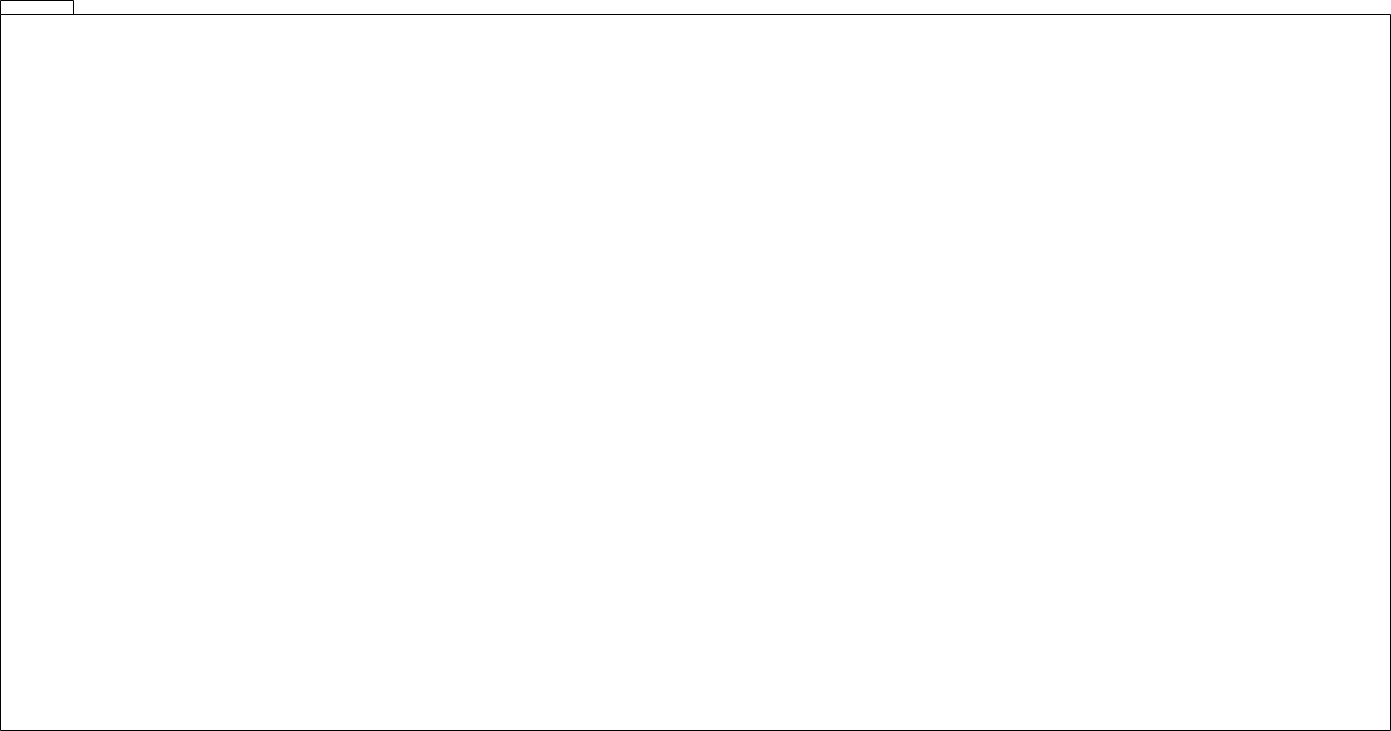
eduvaillant/editora-celeste keeps this draw.io diagram as documentos/EC-ModeloConceitual.png. Above is the earlier version. Source tidied: cells renumbered, new cells last; positions are measured from the earlier drawing's top-left corner, leaving out a move shared by most shapes.
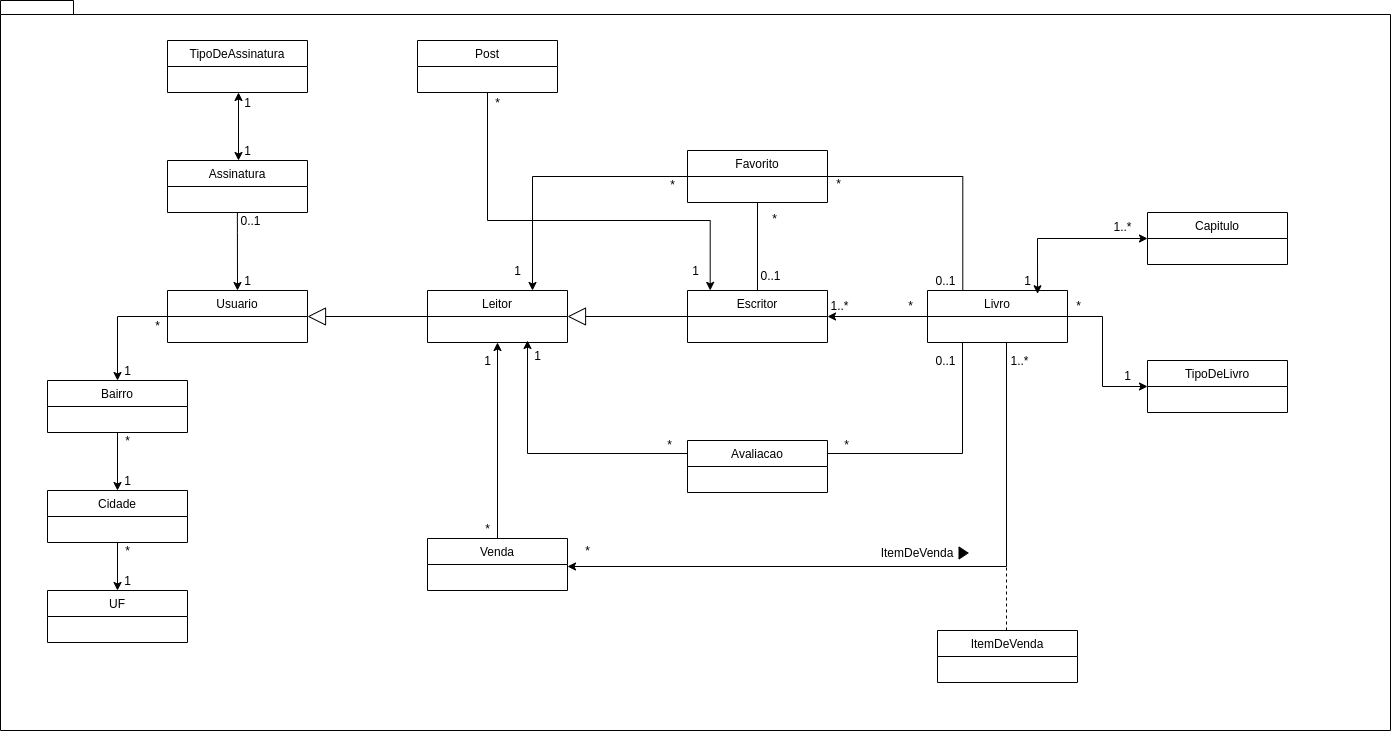
After the change.

Commit message:
atualizando o modelo conceitual

Diff of the diagram source:
```diff
@@ -5,5 +5,250 @@
     <mxCell id="2" style="shape=folder;fontStyle=1;spacingTop=10;tabWidth=40;tabHeight=14;tabPosition=left;html=1;" parent="1" vertex="1">
       <mxGeometry width="1390" height="730" as="geometry" />
     </mxCell>
+    <mxCell id="3" style="edgeStyle=orthogonalEdgeStyle;rounded=0;jettySize=auto;html=1;exitX=0;exitY=0.5;exitDx=0;exitDy=0;" parent="1" edge="1" source="4" target="9">
+      <mxGeometry relative="1" as="geometry" />
+    </mxCell>
+    <mxCell id="4" value="Usuario" style="swimlane;fontStyle=0;horizontal=1;startSize=26;fillColor=none;" parent="1" vertex="1">
+      <mxGeometry x="167" y="290" width="140" height="52" as="geometry" />
+    </mxCell>
+    <mxCell id="5" value="Leitor" style="swimlane;fontStyle=0;horizontal=1;startSize=26;fillColor=none;" parent="1" vertex="1">
+      <mxGeometry x="427" y="290" width="140" height="52" as="geometry" />
+    </mxCell>
+    <mxCell id="6" style="edgeStyle=orthogonalEdgeStyle;rounded=0;jettySize=auto;html=1;entryX=0.5;entryY=1;entryDx=0;entryDy=0;endArrow=none;endFill=0;startArrow=classic;startFill=1;exitX=0.162;exitY=-0.002;exitDx=0;exitDy=0;exitPerimeter=0;" parent="1" edge="1" source="7" target="65">
+      <mxGeometry relative="1" as="geometry">
+        <Array as="points">
+          <mxPoint x="710" y="220" />
+          <mxPoint x="487" y="220" />
+        </Array>
+      </mxGeometry>
+    </mxCell>
+    <mxCell id="7" value="Escritor" style="swimlane;fontStyle=0;horizontal=1;startSize=26;fillColor=none;" parent="1" vertex="1">
+      <mxGeometry x="687" y="290" width="140" height="52" as="geometry" />
+    </mxCell>
+    <mxCell id="8" style="edgeStyle=orthogonalEdgeStyle;rounded=0;jettySize=auto;html=1;exitX=0.5;exitY=1;exitDx=0;exitDy=0;entryX=0.5;entryY=0;entryDx=0;entryDy=0;" parent="1" edge="1" source="9" target="11">
+      <mxGeometry relative="1" as="geometry" />
+    </mxCell>
+    <mxCell id="9" value="Bairro" style="swimlane;fontStyle=0;horizontal=1;startSize=26;fillColor=none;" parent="1" vertex="1">
+      <mxGeometry x="47" y="380" width="140" height="52" as="geometry" />
+    </mxCell>
+    <mxCell id="10" style="edgeStyle=orthogonalEdgeStyle;rounded=0;jettySize=auto;html=1;exitX=0.5;exitY=1;exitDx=0;exitDy=0;entryX=0.5;entryY=0;entryDx=0;entryDy=0;" parent="1" edge="1" source="11" target="12">
+      <mxGeometry relative="1" as="geometry" />
+    </mxCell>
+    <mxCell id="11" value="Cidade" style="swimlane;fontStyle=0;horizontal=1;startSize=26;fillColor=none;" parent="1" vertex="1">
+      <mxGeometry x="47" y="490" width="140" height="52" as="geometry" />
+    </mxCell>
+    <mxCell id="12" value="UF" style="swimlane;fontStyle=0;horizontal=1;startSize=26;fillColor=none;" parent="1" vertex="1">
+      <mxGeometry x="47" y="590" width="140" height="52" as="geometry" />
+    </mxCell>
+    <mxCell id="13" value="*" style="text;html=1;align=center;verticalAlign=middle;strokeColor=none;" parent="1" vertex="1">
+      <mxGeometry x="147" y="315" width="20" height="20" as="geometry" />
+    </mxCell>
+    <mxCell id="14" value="1" style="text;html=1;align=center;verticalAlign=middle;strokeColor=none;" parent="1" vertex="1">
+      <mxGeometry x="117" y="360" width="20" height="20" as="geometry" />
+    </mxCell>
+    <mxCell id="15" value="*" style="text;html=1;align=center;verticalAlign=middle;strokeColor=none;" parent="1" vertex="1">
+      <mxGeometry x="117" y="430" width="20" height="20" as="geometry" />
+    </mxCell>
+    <mxCell id="16" value="1" style="text;html=1;align=center;verticalAlign=middle;strokeColor=none;" parent="1" vertex="1">
+      <mxGeometry x="117" y="470" width="20" height="20" as="geometry" />
+    </mxCell>
+    <mxCell id="17" value="*" style="text;html=1;align=center;verticalAlign=middle;strokeColor=none;" parent="1" vertex="1">
+      <mxGeometry x="117" y="540" width="20" height="20" as="geometry" />
+    </mxCell>
+    <mxCell id="18" value="1" style="text;html=1;align=center;verticalAlign=middle;strokeColor=none;" parent="1" vertex="1">
+      <mxGeometry x="117" y="570" width="20" height="20" as="geometry" />
+    </mxCell>
+    <mxCell id="19" value="Assinatura" style="swimlane;fontStyle=0;horizontal=1;startSize=26;fillColor=none;" parent="1" vertex="1">
+      <mxGeometry x="167" y="160" width="140" height="52" as="geometry" />
+    </mxCell>
+    <mxCell id="20" value="TipoDeAssinatura" style="swimlane;fontStyle=0;horizontal=1;startSize=26;fillColor=none;" parent="1" vertex="1">
+      <mxGeometry x="167" y="40" width="140" height="52" as="geometry" />
+    </mxCell>
+    <mxCell id="21" value="1" style="text;html=1;align=center;verticalAlign=middle;strokeColor=none;" parent="1" vertex="1">
+      <mxGeometry x="237" y="92" width="20" height="20" as="geometry" />
+    </mxCell>
+    <mxCell id="22" value="1" style="text;html=1;align=center;verticalAlign=middle;strokeColor=none;" parent="1" vertex="1">
+      <mxGeometry x="237" y="140" width="20" height="20" as="geometry" />
+    </mxCell>
+    <mxCell id="23" value="1" style="text;html=1;align=center;verticalAlign=middle;strokeColor=none;" parent="1" vertex="1">
+      <mxGeometry x="237" y="270" width="20" height="20" as="geometry" />
+    </mxCell>
+    <mxCell id="24" value="0..1" style="text;html=1;align=center;verticalAlign=middle;strokeColor=none;" parent="1" vertex="1">
+      <mxGeometry x="230" y="210" width="40" height="20" as="geometry" />
+    </mxCell>
+    <mxCell id="25" style="endArrow=block;endSize=16;endFill=0;html=1;entryX=1;entryY=0.5;entryDx=0;entryDy=0;exitX=0;exitY=0.5;exitDx=0;exitDy=0;" parent="1" edge="1" source="5" target="4">
+      <mxGeometry relative="1" as="geometry" />
+    </mxCell>
+    <mxCell id="26" style="endArrow=block;endSize=16;endFill=0;html=1;entryX=1;entryY=0.5;entryDx=0;entryDy=0;exitX=0;exitY=0.5;exitDx=0;exitDy=0;" parent="1" edge="1" source="7" target="5">
+      <mxGeometry relative="1" as="geometry" />
+    </mxCell>
+    <mxCell id="27" style="edgeStyle=none;rounded=0;jettySize=auto;html=1;entryX=0.75;entryY=0;entryDx=0;entryDy=0;exitX=0;exitY=0.5;exitDx=0;exitDy=0;" parent="1" edge="1" source="29" target="5">
+      <mxGeometry relative="1" as="geometry">
+        <Array as="points">
+          <mxPoint x="532" y="176" />
+        </Array>
+      </mxGeometry>
+    </mxCell>
+    <mxCell id="28" style="edgeStyle=orthogonalEdgeStyle;jettySize=auto;html=1;exitX=1;exitY=0.5;exitDx=0;exitDy=0;entryX=0.252;entryY=0.002;entryDx=0;entryDy=0;entryPerimeter=0;strokeColor=#000000;rounded=0;startArrow=none;startFill=0;endArrow=none;endFill=0;" parent="1" edge="1" source="29" target="40">
+      <mxGeometry relative="1" as="geometry" />
+    </mxCell>
+    <mxCell id="29" value="Favorito" style="swimlane;fontStyle=0;horizontal=1;startSize=26;fillColor=none;" parent="1" vertex="1">
+      <mxGeometry x="687" y="150" width="140" height="52" as="geometry" />
+    </mxCell>
+    <mxCell id="30" value="*" style="text;html=1;align=center;verticalAlign=middle;strokeColor=none;" parent="1" vertex="1">
+      <mxGeometry x="662" y="174" width="20" height="20" as="geometry" />
+    </mxCell>
+    <mxCell id="31" value="1" style="text;html=1;align=center;verticalAlign=middle;strokeColor=none;" parent="1" vertex="1">
+      <mxGeometry x="507" y="260" width="20" height="20" as="geometry" />
+    </mxCell>
+    <mxCell id="32" style="endArrow=none;html=1;entryX=0.5;entryY=1;entryDx=0;entryDy=0;exitX=0.5;exitY=0;exitDx=0;exitDy=0;" parent="1" edge="1" source="7" target="29">
+      <mxGeometry relative="1" as="geometry" />
+    </mxCell>
+    <mxCell id="33" value="0..1" style="text;html=1;align=center;verticalAlign=middle;strokeColor=none;" parent="1" vertex="1">
+      <mxGeometry x="750" y="265" width="40" height="20" as="geometry" />
+    </mxCell>
+    <mxCell id="34" value="*" style="text;html=1;align=center;verticalAlign=middle;strokeColor=none;" parent="1" vertex="1">
+      <mxGeometry x="764" y="208" width="20" height="20" as="geometry" />
+    </mxCell>
+    <mxCell id="35" style="edgeStyle=orthogonalEdgeStyle;rounded=0;jettySize=auto;html=1;exitX=1;exitY=0.25;exitDx=0;exitDy=0;entryX=0.25;entryY=1;entryDx=0;entryDy=0;endArrow=none;endFill=0;" parent="1" edge="1" source="37" target="40">
+      <mxGeometry relative="1" as="geometry" />
+    </mxCell>
+    <mxCell id="36" style="edgeStyle=none;rounded=0;jettySize=auto;html=1;exitX=0;exitY=0.25;exitDx=0;exitDy=0;" parent="1" edge="1" source="37">
+      <mxGeometry relative="1" as="geometry">
+        <mxPoint x="527" y="340" as="targetPoint" />
+        <Array as="points">
+          <mxPoint x="527" y="453" />
+        </Array>
+      </mxGeometry>
+    </mxCell>
+    <mxCell id="37" value="Avaliacao" style="swimlane;fontStyle=0;horizontal=1;startSize=26;fillColor=none;" parent="1" vertex="1">
+      <mxGeometry x="687" y="440" width="140" height="52" as="geometry" />
+    </mxCell>
+    <mxCell id="38" style="edgeStyle=orthogonalEdgeStyle;rounded=0;jettySize=auto;html=1;exitX=1;exitY=0.5;exitDx=0;exitDy=0;entryX=0;entryY=0.5;entryDx=0;entryDy=0;" parent="1" edge="1" source="40" target="42">
+      <mxGeometry relative="1" as="geometry">
+        <Array as="points">
+          <mxPoint x="1102" y="316" />
+          <mxPoint x="1102" y="386" />
+        </Array>
+      </mxGeometry>
+    </mxCell>
+    <mxCell id="39" style="edgeStyle=none;rounded=0;jettySize=auto;html=1;entryX=1;entryY=0.5;entryDx=0;entryDy=0;" parent="1" edge="1" source="40" target="7">
+      <mxGeometry relative="1" as="geometry" />
+    </mxCell>
+    <mxCell id="40" value="Livro" style="swimlane;fontStyle=0;horizontal=1;startSize=26;fillColor=none;" parent="1" vertex="1">
+      <mxGeometry x="927" y="290" width="140" height="52" as="geometry" />
+    </mxCell>
+    <mxCell id="41" value="Capitulo" style="swimlane;fontStyle=0;horizontal=1;startSize=26;fillColor=none;" parent="1" vertex="1">
+      <mxGeometry x="1147" y="212" width="140" height="52" as="geometry" />
+    </mxCell>
+    <mxCell id="42" value="TipoDeLivro" style="swimlane;fontStyle=0;horizontal=1;startSize=26;fillColor=none;" parent="1" vertex="1">
+      <mxGeometry x="1147" y="360" width="140" height="52" as="geometry" />
+    </mxCell>
+    <mxCell id="43" style="edgeStyle=orthogonalEdgeStyle;rounded=0;jettySize=auto;html=1;exitX=0.5;exitY=0;exitDx=0;exitDy=0;entryX=0.5;entryY=1;entryDx=0;entryDy=0;" parent="1" edge="1" source="45" target="5">
+      <mxGeometry relative="1" as="geometry" />
+    </mxCell>
+    <mxCell id="44" style="edgeStyle=orthogonalEdgeStyle;rounded=0;orthogonalLoop=1;jettySize=auto;html=1;exitX=1;exitY=0.5;exitDx=0;exitDy=0;startArrow=classic;startFill=1;endArrow=none;endFill=0;" parent="1" edge="1">
+      <mxGeometry relative="1" as="geometry">
+        <mxPoint x="567" y="566" as="sourcePoint" />
+        <mxPoint x="1006" y="342" as="targetPoint" />
+      </mxGeometry>
+    </mxCell>
+    <mxCell id="45" value="Venda" style="swimlane;fontStyle=0;horizontal=1;startSize=26;fillColor=none;" parent="1" vertex="1">
+      <mxGeometry x="427" y="538" width="140" height="52" as="geometry" />
+    </mxCell>
+    <mxCell id="46" value="*" style="text;html=1;align=center;verticalAlign=middle;strokeColor=none;" parent="1" vertex="1">
+      <mxGeometry x="828" y="173" width="20" height="20" as="geometry" />
+    </mxCell>
+    <mxCell id="47" value="0..1" style="text;html=1;align=center;verticalAlign=middle;strokeColor=none;" parent="1" vertex="1">
+      <mxGeometry x="925" y="270" width="40" height="20" as="geometry" />
+    </mxCell>
+    <mxCell id="48" value="1" style="text;html=1;align=center;verticalAlign=middle;strokeColor=none;" parent="1" vertex="1">
+      <mxGeometry x="477" y="350" width="20" height="20" as="geometry" />
+    </mxCell>
+    <mxCell id="49" value="*" style="text;html=1;align=center;verticalAlign=middle;strokeColor=none;" parent="1" vertex="1">
+      <mxGeometry x="477" y="518" width="20" height="20" as="geometry" />
+    </mxCell>
+    <mxCell id="50" value="1" style="text;html=1;align=center;verticalAlign=middle;strokeColor=none;" parent="1" vertex="1">
+      <mxGeometry x="527" y="345" width="20" height="20" as="geometry" />
+    </mxCell>
+    <mxCell id="51" value="*" style="text;html=1;align=center;verticalAlign=middle;strokeColor=none;" parent="1" vertex="1">
+      <mxGeometry x="659" y="434" width="20" height="20" as="geometry" />
+    </mxCell>
+    <mxCell id="52" value="*" style="text;html=1;align=center;verticalAlign=middle;strokeColor=none;" parent="1" vertex="1">
+      <mxGeometry x="836" y="434" width="20" height="20" as="geometry" />
+    </mxCell>
+    <mxCell id="53" value="0..1" style="text;html=1;align=center;verticalAlign=middle;strokeColor=none;" parent="1" vertex="1">
+      <mxGeometry x="925" y="350" width="40" height="20" as="geometry" />
+    </mxCell>
+    <mxCell id="54" value="1..*" style="text;html=1;align=center;verticalAlign=middle;strokeColor=none;" parent="1" vertex="1">
+      <mxGeometry x="1004" y="350" width="30" height="20" as="geometry" />
+    </mxCell>
+    <mxCell id="55" value="*" style="text;html=1;align=center;verticalAlign=middle;strokeColor=none;" parent="1" vertex="1">
+      <mxGeometry x="577" y="540" width="20" height="20" as="geometry" />
+    </mxCell>
+    <mxCell id="56" value="1" style="text;html=1;align=center;verticalAlign=middle;points=[];strokeColor=none;" parent="1" vertex="1">
+      <mxGeometry x="1017" y="270" width="20" height="20" as="geometry" />
+    </mxCell>
+    <mxCell id="57" value="1..*" style="text;html=1;align=center;verticalAlign=middle;strokeColor=none;" parent="1" vertex="1">
+      <mxGeometry x="1107" y="216" width="30" height="20" as="geometry" />
+    </mxCell>
+    <mxCell id="58" value="*" style="text;html=1;align=center;verticalAlign=middle;strokeColor=none;" parent="1" vertex="1">
+      <mxGeometry x="1068" y="295" width="20" height="20" as="geometry" />
+    </mxCell>
+    <mxCell id="59" value="1" style="text;html=1;align=center;verticalAlign=middle;strokeColor=none;" parent="1" vertex="1">
+      <mxGeometry x="1117" y="365" width="20" height="20" as="geometry" />
+    </mxCell>
+    <mxCell id="60" style="endArrow=classic;startArrow=classic;html=1;exitX=1.002;exitY=1.164;exitDx=0;exitDy=0;exitPerimeter=0;entryX=0;entryY=0.5;entryDx=0;entryDy=0;rounded=0;" parent="1" edge="1" source="56" target="41">
+      <mxGeometry relative="1" as="geometry">
+        <Array as="points">
+          <mxPoint x="1037" y="238" />
+        </Array>
+      </mxGeometry>
+    </mxCell>
+    <mxCell id="61" value="1..*" style="text;html=1;align=center;verticalAlign=middle;strokeColor=none;" parent="1" vertex="1">
+      <mxGeometry x="824" y="295" width="30" height="20" as="geometry" />
+    </mxCell>
+    <mxCell id="62" value="*" style="text;html=1;align=center;verticalAlign=middle;strokeColor=none;" parent="1" vertex="1">
+      <mxGeometry x="900" y="295" width="20" height="20" as="geometry" />
+    </mxCell>
+    <mxCell id="63" style="endArrow=none;startArrow=classic;html=1;startFill=1;endFill=0;" parent="1" edge="1">
+      <mxGeometry relative="1" as="geometry">
+        <mxPoint x="237" y="290" as="sourcePoint" />
+        <mxPoint x="236.9" y="212" as="targetPoint" />
+        <Array as="points">
+          <mxPoint x="236.9" y="222" />
+        </Array>
+      </mxGeometry>
+    </mxCell>
+    <mxCell id="64" style="endArrow=classic;startArrow=classic;html=1;entryX=0.5;entryY=1;entryDx=0;entryDy=0;exitX=0.5;exitY=0;exitDx=0;exitDy=0;" parent="1" edge="1">
+      <mxGeometry relative="1" as="geometry">
+        <mxPoint x="238" y="160" as="sourcePoint" />
+        <mxPoint x="238" y="92" as="targetPoint" />
+      </mxGeometry>
+    </mxCell>
+    <mxCell id="65" value="Post" style="swimlane;fontStyle=0;horizontal=1;startSize=26;fillColor=none;" parent="1" vertex="1">
+      <mxGeometry x="417" y="40" width="140" height="52" as="geometry" />
+    </mxCell>
+    <mxCell id="66" value="1" style="text;html=1;align=center;verticalAlign=middle;strokeColor=none;" parent="1" vertex="1">
+      <mxGeometry x="685" y="260" width="20" height="20" as="geometry" />
+    </mxCell>
+    <mxCell id="67" value="*" style="text;html=1;align=center;verticalAlign=middle;strokeColor=none;" parent="1" vertex="1">
+      <mxGeometry x="487" y="92" width="20" height="20" as="geometry" />
+    </mxCell>
+    <mxCell id="68" value="ItemDeVenda" style="swimlane;fontStyle=0;horizontal=1;startSize=26;fillColor=none;" parent="1" vertex="1">
+      <mxGeometry x="937" y="630" width="140" height="52" as="geometry" />
+    </mxCell>
+    <mxCell id="69" style="endArrow=none;html=1;exitX=0.5;exitY=0;exitDx=0;exitDy=0;dashed=1;" parent="1" edge="1">
+      <mxGeometry relative="1" as="geometry">
+        <mxPoint x="1006" y="630" as="sourcePoint" />
+        <mxPoint x="1006" y="560" as="targetPoint" />
+      </mxGeometry>
+    </mxCell>
+    <mxCell id="70" value="ItemDeVenda" style="text;html=1;strokeColor=none;fillColor=none;align=center;verticalAlign=middle;whiteSpace=wrap;rounded=0;" parent="1" vertex="1">
+      <mxGeometry x="897" y="542" width="40" height="20" as="geometry" />
+    </mxCell>
+    <mxCell id="71" style="verticalLabelPosition=bottom;verticalAlign=top;html=1;shape=mxgraph.basic.acute_triangle;dx=0.5;rotation=90;fillColor=#000000;" parent="1" vertex="1">
+      <mxGeometry x="957" y="548" width="12" height="9" as="geometry" />
+    </mxCell>
   </root>
 </mxGraphModel>
```
